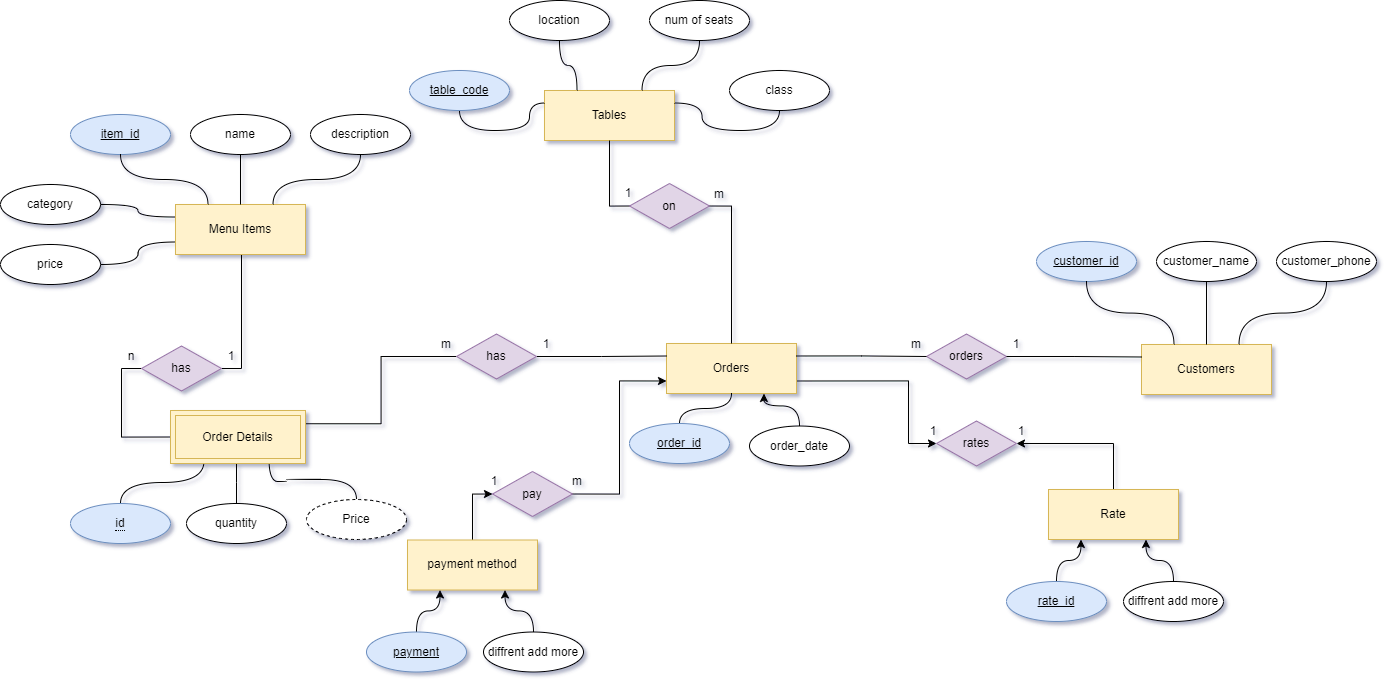
Above: ER_diagram.png in Mohammed-Abed-Alkareem/Restaurant-Management (draw.io), before the change. Source tidied: cells renumbered, new cells last; positions are measured from the earlier drawing's top-left corner, leaving out a move shared by most shapes.
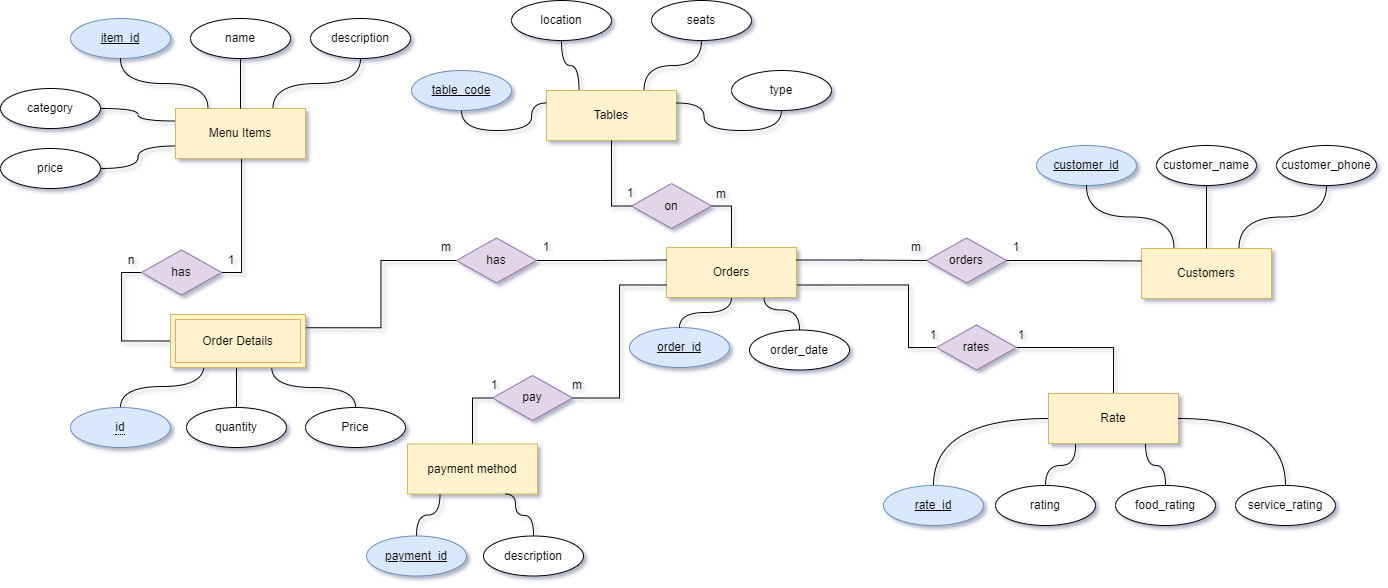
Above is the later version.

The edit, as a diff of the source:
```diff
@@ -23,7 +23,7 @@
     <mxCell id="8" style="endArrow=none;html=1;rounded=0;exitX=0.5;exitY=1;exitDx=0;exitDy=0;entryX=0.75;entryY=0;entryDx=0;entryDy=0;edgeStyle=orthogonalEdgeStyle;curved=1;" parent="1" edge="1" source="5" target="2">
       <mxGeometry relative="1" as="geometry" />
     </mxCell>
-    <mxCell id="9" style="edgeStyle=orthogonalEdgeStyle;rounded=0;jettySize=auto;html=1;exitX=1;exitY=0.75;exitDx=0;exitDy=0;entryX=0;entryY=0.5;entryDx=0;entryDy=0;" parent="1" edge="1" source="10" target="68">
+    <mxCell id="9" style="edgeStyle=orthogonalEdgeStyle;rounded=0;jettySize=auto;html=1;exitX=1;exitY=0.75;exitDx=0;exitDy=0;entryX=0;entryY=0.5;entryDx=0;entryDy=0;endArrow=none;endFill=0;" parent="1" edge="1" source="10" target="68">
       <mxGeometry relative="1" as="geometry">
         <Array as="points">
           <mxPoint x="908" y="381" />
@@ -86,13 +86,11 @@
     <mxCell id="26" value="m" style="text;html=1;strokeColor=none;fillColor=none;align=center;verticalAlign=middle;whiteSpace=wrap;rounded=0;" parent="1" vertex="1">
       <mxGeometry x="436" y="333.5" width="20" height="20" as="geometry" />
     </mxCell>
-    <mxCell id="27" style="edgeStyle=orthogonalEdgeStyle;rounded=0;jettySize=auto;html=1;exitX=0.5;exitY=0;exitDx=0;exitDy=0;entryX=0.75;entryY=1;entryDx=0;entryDy=0;curved=1;endArrow=none;endFill=0;" parent="1" edge="1" source="28">
-      <mxGeometry relative="1" as="geometry">
-        <mxPoint x="268.5" y="460" as="targetPoint" />
-      </mxGeometry>
-    </mxCell>
+    <mxCell id="81" style="edgeStyle=orthogonalEdgeStyle;rounded=0;jettySize=auto;html=1;exitX=0.5;exitY=0;exitDx=0;exitDy=0;entryX=0.75;entryY=1;entryDx=0;entryDy=0;curved=1;endArrow=none;endFill=0;" parent="1" edge="1" source="28" target="60">
+      <mxGeometry relative="1" as="geometry" />
+    </mxCell>
-    <mxCell id="28" value="Price" style="ellipse;whiteSpace=wrap;html=1;align=center;dashed=1;" parent="1" vertex="1">
-      <mxGeometry x="306" y="499" width="100" height="40" as="geometry" />
+    <mxCell id="28" value="Price" style="ellipse;whiteSpace=wrap;html=1;align=center;" parent="1" vertex="1">
+      <mxGeometry x="305" y="503" width="100" height="40" as="geometry" />
     </mxCell>
     <mxCell id="29" style="edgeStyle=orthogonalEdgeStyle;rounded=0;jettySize=auto;html=1;exitX=0;exitY=0.25;exitDx=0;exitDy=0;entryX=1;entryY=0.5;entryDx=0;entryDy=0;curved=1;endArrow=none;endFill=0;" parent="1" edge="1" source="31" target="41">
       <mxGeometry relative="1" as="geometry" />
@@ -145,38 +143,38 @@
     <mxCell id="43" value="price" style="ellipse;whiteSpace=wrap;html=1;align=center;" parent="1" vertex="1">
       <mxGeometry y="244" width="100" height="40" as="geometry" />
     </mxCell>
-    <mxCell id="44" style="edgeStyle=orthogonalEdgeStyle;rounded=0;jettySize=auto;html=1;exitX=0.5;exitY=0;exitDx=0;exitDy=0;entryX=0.75;entryY=1;entryDx=0;entryDy=0;curved=1;" parent="1" edge="1" source="45" target="10">
+    <mxCell id="44" style="edgeStyle=orthogonalEdgeStyle;rounded=0;jettySize=auto;html=1;exitX=0.5;exitY=0;exitDx=0;exitDy=0;entryX=0.75;entryY=1;entryDx=0;entryDy=0;curved=1;endArrow=none;endFill=0;" parent="1" edge="1" source="45" target="10">
       <mxGeometry relative="1" as="geometry" />
     </mxCell>
     <mxCell id="45" value="order_date" style="ellipse;whiteSpace=wrap;html=1;align=center;" parent="1" vertex="1">
       <mxGeometry x="749" y="425.5" width="100" height="40" as="geometry" />
     </mxCell>
     <mxCell id="46" value="Tables" style="whiteSpace=wrap;html=1;align=center;fillColor=#fff2cc;strokeColor=#d6b656;" parent="1" vertex="1">
-      <mxGeometry x="544" y="90" width="130" height="50" as="geometry" />
+      <mxGeometry x="546" y="186" width="130" height="50" as="geometry" />
     </mxCell>
     <mxCell id="47" style="edgeStyle=orthogonalEdgeStyle;rounded=0;jettySize=auto;html=1;exitX=0.5;exitY=1;exitDx=0;exitDy=0;entryX=0;entryY=0.25;entryDx=0;entryDy=0;curved=1;endArrow=none;endFill=0;" parent="1" edge="1" source="48" target="46">
       <mxGeometry relative="1" as="geometry" />
     </mxCell>
     <mxCell id="48" value="table_code" style="ellipse;whiteSpace=wrap;html=1;align=center;fontStyle=4;fillColor=#dae8fc;strokeColor=#6c8ebf;" parent="1" vertex="1">
-      <mxGeometry x="409" y="70" width="100" height="40" as="geometry" />
+      <mxGeometry x="411" y="166" width="100" height="40" as="geometry" />
     </mxCell>
     <mxCell id="49" style="edgeStyle=orthogonalEdgeStyle;rounded=0;jettySize=auto;html=1;exitX=0.5;exitY=1;exitDx=0;exitDy=0;entryX=0.25;entryY=0;entryDx=0;entryDy=0;curved=1;endArrow=none;endFill=0;" parent="1" edge="1" source="50" target="46">
       <mxGeometry relative="1" as="geometry" />
     </mxCell>
     <mxCell id="50" value="location" style="ellipse;whiteSpace=wrap;html=1;align=center;" parent="1" vertex="1">
-      <mxGeometry x="509" width="100" height="40" as="geometry" />
+      <mxGeometry x="511" y="96" width="100" height="40" as="geometry" />
     </mxCell>
     <mxCell id="51" style="edgeStyle=orthogonalEdgeStyle;rounded=0;jettySize=auto;html=1;exitX=0.5;exitY=1;exitDx=0;exitDy=0;entryX=0.75;entryY=0;entryDx=0;entryDy=0;endArrow=none;endFill=0;curved=1;" parent="1" edge="1" source="52" target="46">
       <mxGeometry relative="1" as="geometry" />
     </mxCell>
-    <mxCell id="52" value="num of seats" style="ellipse;whiteSpace=wrap;html=1;align=center;" parent="1" vertex="1">
-      <mxGeometry x="649" width="100" height="40" as="geometry" />
+    <mxCell id="52" value="seats" style="ellipse;whiteSpace=wrap;html=1;align=center;" parent="1" vertex="1">
+      <mxGeometry x="651" y="96" width="100" height="40" as="geometry" />
     </mxCell>
     <mxCell id="53" style="edgeStyle=orthogonalEdgeStyle;rounded=0;jettySize=auto;html=1;exitX=0.5;exitY=1;exitDx=0;exitDy=0;entryX=1;entryY=0.25;entryDx=0;entryDy=0;curved=1;endArrow=none;endFill=0;" parent="1" edge="1" source="54" target="46">
       <mxGeometry relative="1" as="geometry" />
     </mxCell>
-    <mxCell id="54" value="class" style="ellipse;whiteSpace=wrap;html=1;align=center;" parent="1" vertex="1">
-      <mxGeometry x="729" y="70" width="100" height="40" as="geometry" />
+    <mxCell id="54" value="type" style="ellipse;whiteSpace=wrap;html=1;align=center;" parent="1" vertex="1">
+      <mxGeometry x="731" y="166" width="100" height="40" as="geometry" />
     </mxCell>
     <mxCell id="55" style="edgeStyle=orthogonalEdgeStyle;rounded=0;jettySize=auto;html=1;exitX=0;exitY=0.5;exitDx=0;exitDy=0;entryX=0.5;entryY=1;entryDx=0;entryDy=0;endArrow=none;endFill=0;" parent="1" edge="1" source="57" target="46">
       <mxGeometry relative="1" as="geometry" />
@@ -185,13 +183,13 @@
       <mxGeometry relative="1" as="geometry" />
     </mxCell>
     <mxCell id="57" value="on" style="shape=rhombus;perimeter=rhombusPerimeter;whiteSpace=wrap;html=1;align=center;fillColor=#e1d5e7;strokeColor=#9673a6;" parent="1" vertex="1">
-      <mxGeometry x="629" y="183" width="80" height="45" as="geometry" />
+      <mxGeometry x="631" y="279" width="80" height="45" as="geometry" />
     </mxCell>
     <mxCell id="58" value="1" style="text;html=1;strokeColor=none;fillColor=none;align=center;verticalAlign=middle;whiteSpace=wrap;rounded=0;" parent="1" vertex="1">
-      <mxGeometry x="618" y="183" width="20" height="20" as="geometry" />
+      <mxGeometry x="620" y="279" width="20" height="20" as="geometry" />
     </mxCell>
     <mxCell id="59" value="m" style="text;html=1;strokeColor=none;fillColor=none;align=center;verticalAlign=middle;whiteSpace=wrap;rounded=0;" parent="1" vertex="1">
-      <mxGeometry x="709" y="184" width="20" height="20" as="geometry" />
+      <mxGeometry x="711" y="280" width="20" height="20" as="geometry" />
     </mxCell>
     <mxCell id="60" value="Order Details" style="shape=ext;margin=3;double=1;whiteSpace=wrap;html=1;align=center;fillColor=#fff2cc;strokeColor=#d6b656;" parent="1" vertex="1">
       <mxGeometry x="170" y="410" width="135" height="53" as="geometry" />
@@ -199,23 +197,29 @@
     <mxCell id="61" value="&lt;span style=&quot;border-bottom: 1px dotted&quot;&gt;id&lt;/span&gt;" style="ellipse;whiteSpace=wrap;html=1;align=center;fillColor=#dae8fc;strokeColor=#6c8ebf;" parent="1" vertex="1">
       <mxGeometry x="70" y="503" width="100" height="40" as="geometry" />
     </mxCell>
-    <mxCell id="62" style="edgeStyle=orthogonalEdgeStyle;rounded=0;jettySize=auto;html=1;exitX=0.5;exitY=0;exitDx=0;exitDy=0;entryX=1;entryY=0.5;entryDx=0;entryDy=0;" parent="1" edge="1" source="63" target="68">
+    <mxCell id="62" style="edgeStyle=orthogonalEdgeStyle;rounded=0;jettySize=auto;html=1;exitX=0.5;exitY=0;exitDx=0;exitDy=0;entryX=1;entryY=0.5;entryDx=0;entryDy=0;endArrow=none;endFill=0;" parent="1" edge="1" source="63" target="68">
       <mxGeometry relative="1" as="geometry" />
     </mxCell>
     <mxCell id="63" value="Rate" style="whiteSpace=wrap;html=1;align=center;fillColor=#fff2cc;strokeColor=#d6b656;" parent="1" vertex="1">
       <mxGeometry x="1048" y="489" width="130" height="50" as="geometry" />
     </mxCell>
-    <mxCell id="64" style="edgeStyle=orthogonalEdgeStyle;rounded=0;jettySize=auto;html=1;exitX=0.5;exitY=0;exitDx=0;exitDy=0;entryX=0.25;entryY=1;entryDx=0;entryDy=0;curved=1;" parent="1" edge="1" source="65" target="63">
-      <mxGeometry relative="1" as="geometry" />
+    <mxCell id="64" style="edgeStyle=orthogonalEdgeStyle;rounded=0;jettySize=auto;html=1;entryX=0;entryY=0.5;entryDx=0;entryDy=0;curved=1;endArrow=none;endFill=0;" parent="1" edge="1" source="65" target="63">
+      <mxGeometry relative="1" as="geometry">
+        <Array as="points">
+          <mxPoint x="933" y="514" />
+        </Array>
+      </mxGeometry>
     </mxCell>
     <mxCell id="65" value="rate_id" style="ellipse;whiteSpace=wrap;html=1;align=center;fontStyle=4;fillColor=#dae8fc;strokeColor=#6c8ebf;" parent="1" vertex="1">
-      <mxGeometry x="1006" y="581" width="100" height="40" as="geometry" />
+      <mxGeometry x="883" y="581" width="100" height="40" as="geometry" />
     </mxCell>
-    <mxCell id="66" style="edgeStyle=orthogonalEdgeStyle;rounded=0;jettySize=auto;html=1;exitX=0.5;exitY=0;exitDx=0;exitDy=0;entryX=0.75;entryY=1;entryDx=0;entryDy=0;curved=1;" parent="1" edge="1" source="67" target="63">
-      <mxGeometry relative="1" as="geometry" />
-    </mxCell>
+    <mxCell id="82" style="edgeStyle=orthogonalEdgeStyle;rounded=0;jettySize=auto;html=1;endArrow=none;endFill=0;curved=1;" parent="1" edge="1" source="67">
+      <mxGeometry relative="1" as="geometry">
+        <mxPoint x="1075" y="540" as="targetPoint" />
+      </mxGeometry>
+    </mxCell>
-    <mxCell id="67" value="diffrent add more" style="ellipse;whiteSpace=wrap;html=1;align=center;" parent="1" vertex="1">
-      <mxGeometry x="1123" y="581" width="100" height="40" as="geometry" />
+    <mxCell id="67" value="rating" style="ellipse;whiteSpace=wrap;html=1;align=center;" parent="1" vertex="1">
+      <mxGeometry x="995" y="581" width="100" height="40" as="geometry" />
     </mxCell>
     <mxCell id="68" value="rates" style="shape=rhombus;perimeter=rhombusPerimeter;whiteSpace=wrap;html=1;align=center;fillColor=#e1d5e7;strokeColor=#9673a6;" parent="1" vertex="1">
       <mxGeometry x="936" y="420.5" width="80" height="45" as="geometry" />
@@ -226,25 +230,31 @@
     <mxCell id="70" value="1" style="text;html=1;strokeColor=none;fillColor=none;align=center;verticalAlign=middle;whiteSpace=wrap;rounded=0;" parent="1" vertex="1">
       <mxGeometry x="923" y="420.5" width="20" height="20" as="geometry" />
     </mxCell>
-    <mxCell id="71" style="edgeStyle=orthogonalEdgeStyle;rounded=0;jettySize=auto;html=1;exitX=0.5;exitY=0;exitDx=0;exitDy=0;entryX=0;entryY=0.5;entryDx=0;entryDy=0;" parent="1" edge="1" source="72" target="78">
+    <mxCell id="71" style="edgeStyle=orthogonalEdgeStyle;rounded=0;jettySize=auto;html=1;exitX=0.5;exitY=0;exitDx=0;exitDy=0;entryX=0;entryY=0.5;entryDx=0;entryDy=0;endArrow=none;endFill=0;" parent="1" edge="1" source="72" target="78">
       <mxGeometry relative="1" as="geometry" />
     </mxCell>
     <mxCell id="72" value="payment method" style="whiteSpace=wrap;html=1;align=center;fillColor=#fff2cc;strokeColor=#d6b656;" parent="1" vertex="1">
       <mxGeometry x="407" y="539.5" width="130" height="50" as="geometry" />
     </mxCell>
-    <mxCell id="73" style="edgeStyle=orthogonalEdgeStyle;rounded=0;jettySize=auto;html=1;exitX=0.5;exitY=0;exitDx=0;exitDy=0;entryX=0.25;entryY=1;entryDx=0;entryDy=0;curved=1;" parent="1" edge="1" source="74" target="72">
+    <mxCell id="73" style="edgeStyle=orthogonalEdgeStyle;rounded=0;jettySize=auto;html=1;exitX=0.5;exitY=0;exitDx=0;exitDy=0;entryX=0.25;entryY=1;entryDx=0;entryDy=0;curved=1;endArrow=none;endFill=0;" parent="1" edge="1" source="74" target="72">
       <mxGeometry relative="1" as="geometry" />
     </mxCell>
-    <mxCell id="74" value="payment" style="ellipse;whiteSpace=wrap;html=1;align=center;fontStyle=4;fillColor=#dae8fc;strokeColor=#6c8ebf;" parent="1" vertex="1">
+    <mxCell id="74" value="payment_id" style="ellipse;whiteSpace=wrap;html=1;align=center;fontStyle=4;fillColor=#dae8fc;strokeColor=#6c8ebf;" parent="1" vertex="1">
       <mxGeometry x="366" y="631.5" width="100" height="40" as="geometry" />
     </mxCell>
-    <mxCell id="75" style="edgeStyle=orthogonalEdgeStyle;rounded=0;jettySize=auto;html=1;exitX=0.5;exitY=0;exitDx=0;exitDy=0;entryX=0.75;entryY=1;entryDx=0;entryDy=0;curved=1;" parent="1" edge="1" source="76" target="72">
-      <mxGeometry relative="1" as="geometry" />
+    <mxCell id="75" style="edgeStyle=orthogonalEdgeStyle;rounded=0;jettySize=auto;html=1;exitX=0.5;exitY=0;exitDx=0;exitDy=0;entryX=0.75;entryY=1;entryDx=0;entryDy=0;curved=1;endArrow=none;endFill=0;" parent="1" edge="1" source="76" target="72">
+      <mxGeometry relative="1" as="geometry">
+        <Array as="points">
+          <mxPoint x="533" y="611" />
+          <mxPoint x="515" y="611" />
+          <mxPoint x="515" y="590" />
+        </Array>
+      </mxGeometry>
     </mxCell>
-    <mxCell id="76" value="diffrent add more" style="ellipse;whiteSpace=wrap;html=1;align=center;" parent="1" vertex="1">
+    <mxCell id="76" value="description" style="ellipse;whiteSpace=wrap;html=1;align=center;" parent="1" vertex="1">
       <mxGeometry x="483" y="631.5" width="100" height="40" as="geometry" />
     </mxCell>
-    <mxCell id="77" style="edgeStyle=orthogonalEdgeStyle;rounded=0;jettySize=auto;html=1;exitX=1;exitY=0.5;exitDx=0;exitDy=0;entryX=0;entryY=0.75;entryDx=0;entryDy=0;" parent="1" edge="1" source="78" target="10">
+    <mxCell id="77" style="edgeStyle=orthogonalEdgeStyle;rounded=0;jettySize=auto;html=1;exitX=1;exitY=0.5;exitDx=0;exitDy=0;entryX=0;entryY=0.75;entryDx=0;entryDy=0;endArrow=none;endFill=0;" parent="1" edge="1" source="78" target="10">
       <mxGeometry relative="1" as="geometry" />
     </mxCell>
     <mxCell id="78" value="pay" style="shape=rhombus;perimeter=rhombusPerimeter;whiteSpace=wrap;html=1;align=center;fillColor=#e1d5e7;strokeColor=#9673a6;" parent="1" vertex="1">
@@ -256,5 +266,23 @@
     <mxCell id="80" value="1" style="text;html=1;strokeColor=none;fillColor=none;align=center;verticalAlign=middle;whiteSpace=wrap;rounded=0;" parent="1" vertex="1">
       <mxGeometry x="484" y="471" width="20" height="20" as="geometry" />
     </mxCell>
+    <mxCell id="83" style="edgeStyle=orthogonalEdgeStyle;rounded=0;jettySize=auto;html=1;curved=1;endArrow=none;endFill=0;" parent="1" edge="1" source="84">
+      <mxGeometry relative="1" as="geometry">
+        <mxPoint x="1145" y="540" as="targetPoint" />
+      </mxGeometry>
+    </mxCell>
+    <mxCell id="84" value="food_rating" style="ellipse;whiteSpace=wrap;html=1;align=center;" parent="1" vertex="1">
+      <mxGeometry x="1115" y="581" width="100" height="40" as="geometry" />
+    </mxCell>
+    <mxCell id="85" style="edgeStyle=orthogonalEdgeStyle;rounded=0;jettySize=auto;html=1;entryX=1;entryY=0.5;entryDx=0;entryDy=0;endArrow=none;endFill=0;curved=1;" parent="1" edge="1" source="86" target="63">
+      <mxGeometry relative="1" as="geometry">
+        <Array as="points">
+          <mxPoint x="1285" y="514" />
+        </Array>
+      </mxGeometry>
+    </mxCell>
+    <mxCell id="86" value="service_rating" style="ellipse;whiteSpace=wrap;html=1;align=center;" parent="1" vertex="1">
+      <mxGeometry x="1235" y="581" width="100" height="40" as="geometry" />
+    </mxCell>
   </root>
 </mxGraphModel>
```
